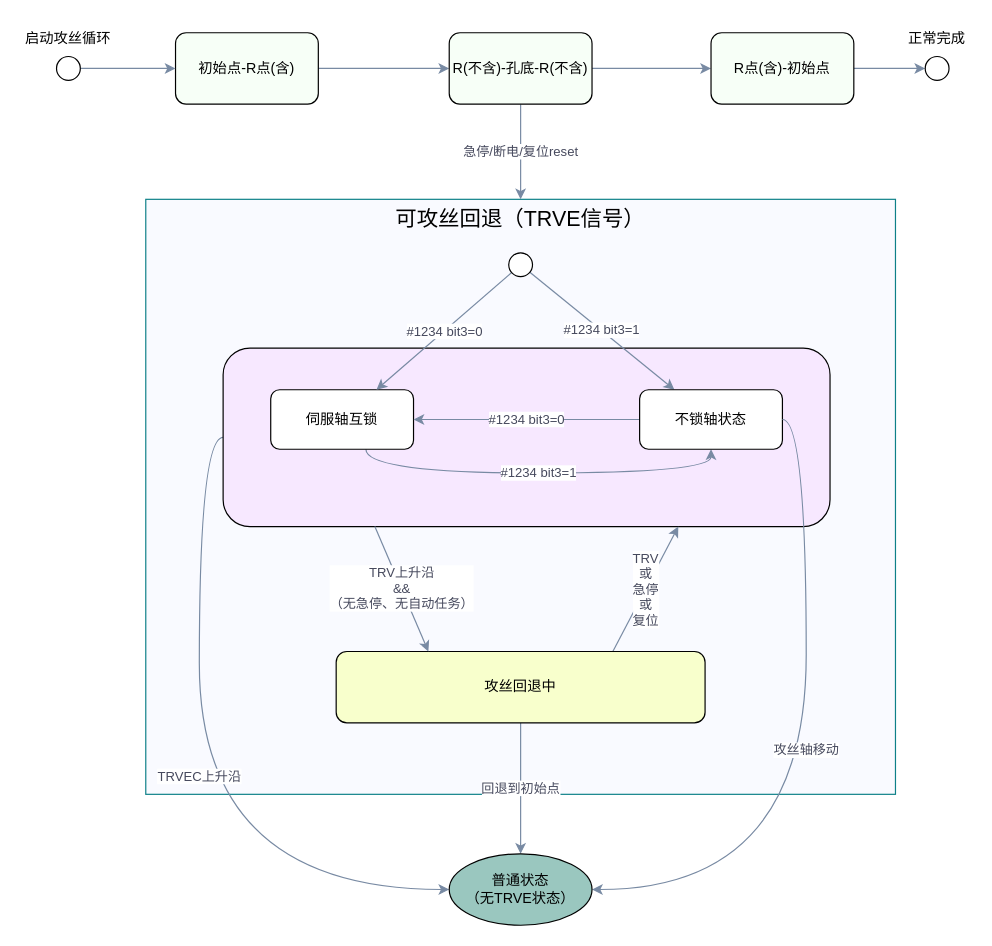
This is 2026-09-21 攻丝回退2.drawio from hsheridan-hccfl/drawio, a draw.io file, before an edit. Source tidied: cells renumbered, new cells numbered last; positions are measured from the earlier drawing's top-left corner, leaving out a move shared by most shapes. Both pictures are drawn from the tidied source at 119%, with x=0, y=0 at pixel (20, 20).
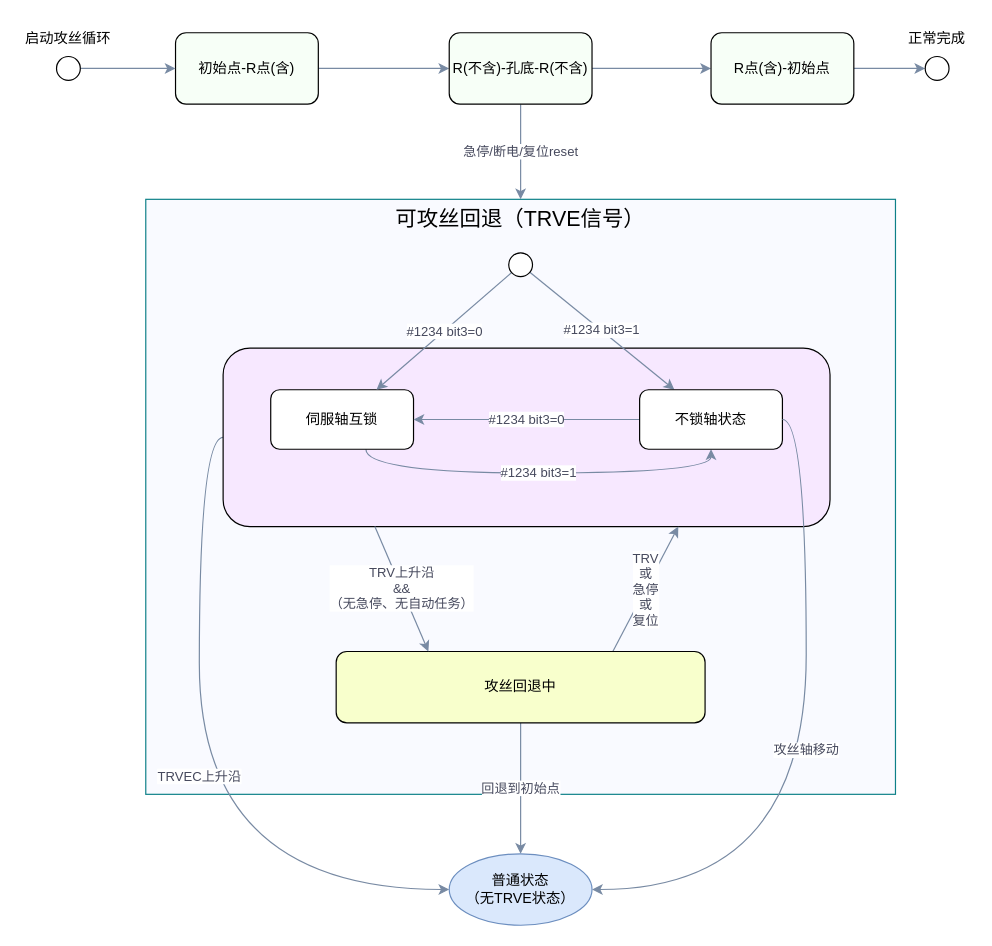
The same page after the edit.

What changed in the source:
```diff
@@
-    <mxCell id="29" value="普通状态&lt;div&gt;（无TRVE状态）&lt;/div&gt;" style="ellipse;whiteSpace=wrap;html=1;shapeInside=1;fillColor=#9AC7BF;" parent="1" vertex="1">
+    <mxCell id="29" value="普通状态&lt;div&gt;（无TRVE状态）&lt;/div&gt;" style="ellipse;whiteSpace=wrap;html=1;shapeInside=1;fillColor=#dae8fc;strokeColor=#6c8ebf;" parent="1" vertex="1">
       <mxGeometry x="360" y="700" width="120" height="60" as="geometry" />
     </mxCell>
```
